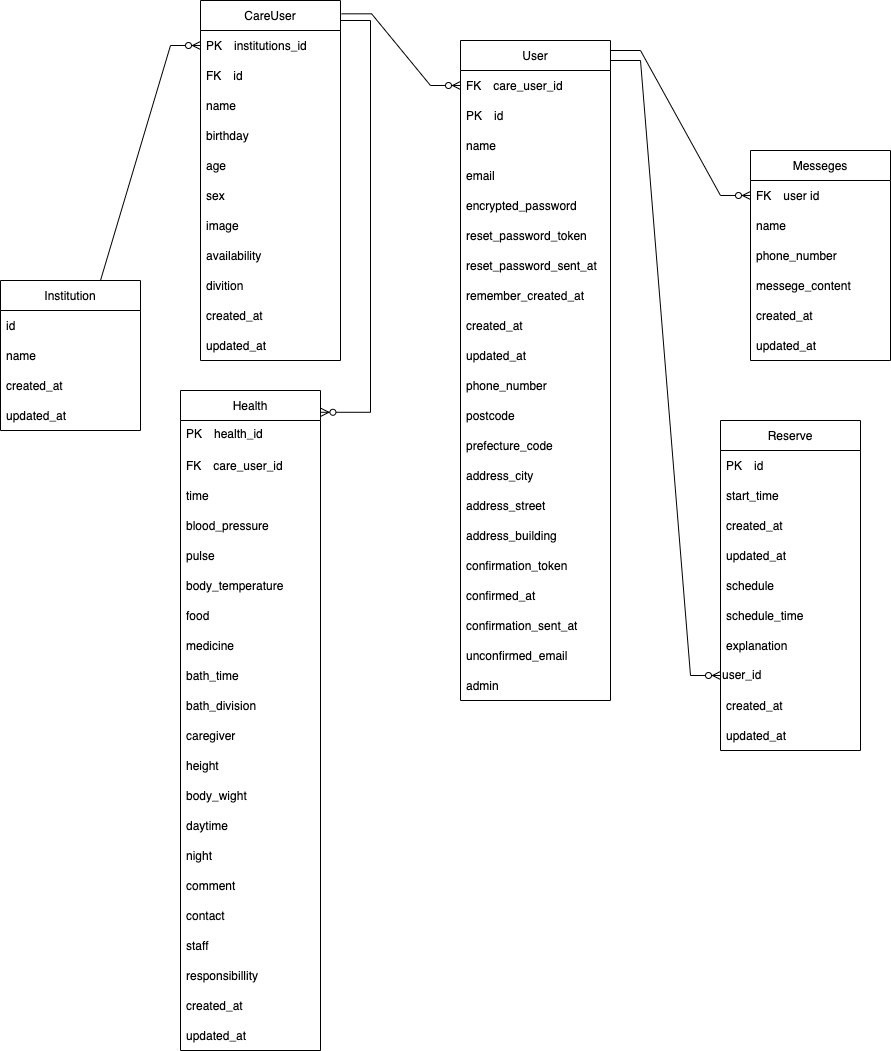
Before: ER図.png, a diagram exported from draw.io (tadao050707/rika_san_app). Source tidied: cells renumbered, new cells last; positions are measured from the earlier drawing's top-left corner, leaving out a move shared by most shapes.
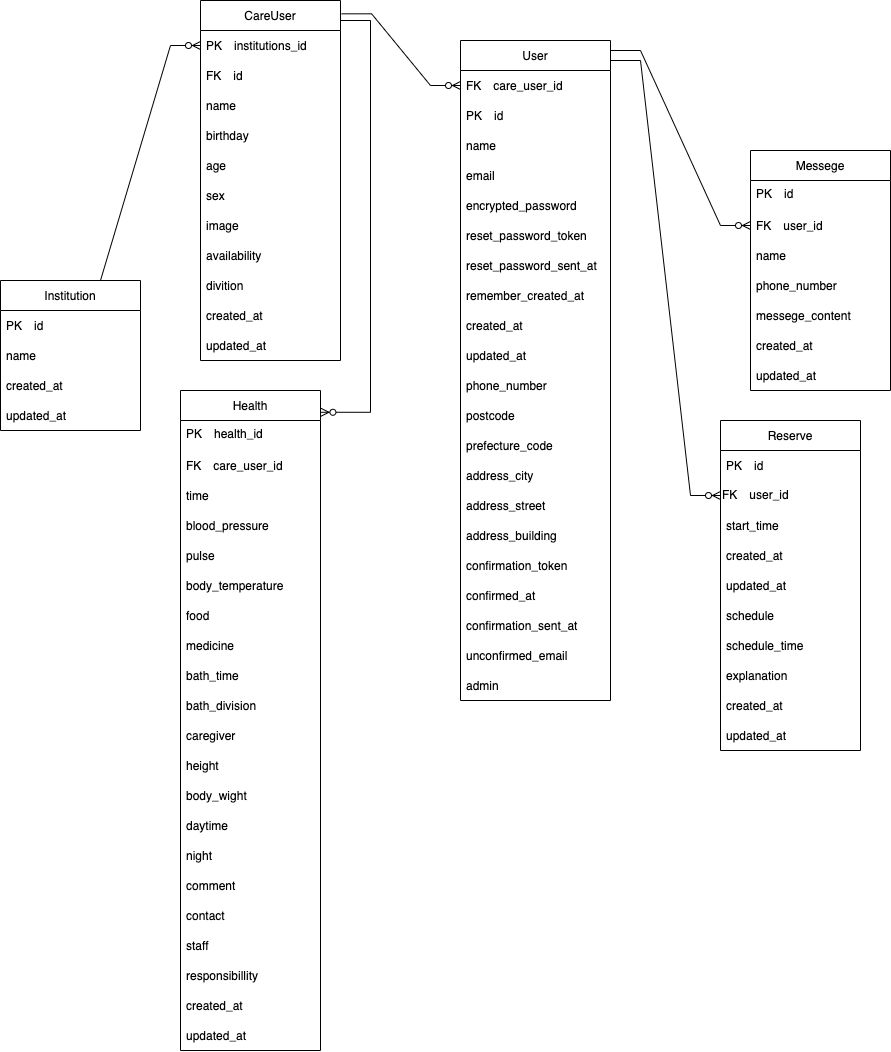
The same file after the commit.

Change to the diagram source:
```diff
@@ -5,7 +5,7 @@
     <mxCell id="2" value="Institution" style="swimlane;fontStyle=0;horizontal=1;startSize=30;" parent="1" vertex="1">
       <mxGeometry y="280" width="140" height="150" as="geometry" />
     </mxCell>
-    <mxCell id="3" value="id" style="text;strokeColor=none;fillColor=none;align=left;verticalAlign=middle;spacingLeft=4;spacingRight=4;overflow=hidden;" parent="2" vertex="1">
+    <mxCell id="3" value="PK　id" style="text;strokeColor=none;fillColor=none;align=left;verticalAlign=middle;spacingLeft=4;spacingRight=4;overflow=hidden;" parent="2" vertex="1">
       <mxGeometry y="30" width="140" height="30" as="geometry" />
     </mxCell>
     <mxCell id="4" value="name" style="text;strokeColor=none;fillColor=none;align=left;verticalAlign=middle;spacingLeft=4;spacingRight=4;overflow=hidden;" parent="2" vertex="1">
@@ -191,53 +191,56 @@
     <mxCell id="64" value="PK　id" style="text;strokeColor=none;fillColor=none;align=left;verticalAlign=middle;spacingLeft=4;spacingRight=4;overflow=hidden;" parent="63" vertex="1">
       <mxGeometry y="30" width="140" height="30" as="geometry" />
     </mxCell>
+    <mxCell id="71" value="FK　user_id" style="text;html=1;strokeColor=none;fillColor=none;align=left;verticalAlign=middle;whiteSpace=wrap;rounded=0;" parent="63" vertex="1">
+      <mxGeometry y="60" width="140" height="30" as="geometry" />
+    </mxCell>
     <mxCell id="65" value="start_time" style="text;strokeColor=none;fillColor=none;align=left;verticalAlign=middle;spacingLeft=4;spacingRight=4;overflow=hidden;" parent="63" vertex="1">
-      <mxGeometry y="60" width="140" height="30" as="geometry" />
+      <mxGeometry y="90" width="140" height="30" as="geometry" />
     </mxCell>
     <mxCell id="66" value="created_at" style="text;strokeColor=none;fillColor=none;align=left;verticalAlign=middle;spacingLeft=4;spacingRight=4;overflow=hidden;" parent="63" vertex="1">
-      <mxGeometry y="90" width="140" height="30" as="geometry" />
+      <mxGeometry y="120" width="140" height="30" as="geometry" />
     </mxCell>
     <mxCell id="67" value="updated_at" style="text;strokeColor=none;fillColor=none;align=left;verticalAlign=middle;spacingLeft=4;spacingRight=4;overflow=hidden;" parent="63" vertex="1">
-      <mxGeometry y="120" width="140" height="30" as="geometry" />
+      <mxGeometry y="150" width="140" height="30" as="geometry" />
     </mxCell>
     <mxCell id="68" value="schedule" style="text;strokeColor=none;fillColor=none;align=left;verticalAlign=middle;spacingLeft=4;spacingRight=4;overflow=hidden;" parent="63" vertex="1">
-      <mxGeometry y="150" width="140" height="30" as="geometry" />
+      <mxGeometry y="180" width="140" height="30" as="geometry" />
     </mxCell>
     <mxCell id="69" value="schedule_time" style="text;strokeColor=none;fillColor=none;align=left;verticalAlign=middle;spacingLeft=4;spacingRight=4;overflow=hidden;" parent="63" vertex="1">
-      <mxGeometry y="180" width="140" height="30" as="geometry" />
+      <mxGeometry y="210" width="140" height="30" as="geometry" />
     </mxCell>
     <mxCell id="70" value="explanation" style="text;strokeColor=none;fillColor=none;align=left;verticalAlign=middle;spacingLeft=4;spacingRight=4;overflow=hidden;" parent="63" vertex="1">
-      <mxGeometry y="210" width="140" height="30" as="geometry" />
+      <mxGeometry y="240" width="140" height="30" as="geometry" />
     </mxCell>
-    <mxCell id="71" value="user_id" style="text;html=1;strokeColor=none;fillColor=none;align=left;verticalAlign=middle;whiteSpace=wrap;rounded=0;" parent="63" vertex="1">
-      <mxGeometry y="240" width="140" height="30" as="geometry" />
-    </mxCell>
     <mxCell id="72" value="created_at" style="text;strokeColor=none;fillColor=none;align=left;verticalAlign=middle;spacingLeft=4;spacingRight=4;overflow=hidden;" parent="63" vertex="1">
       <mxGeometry y="270" width="140" height="30" as="geometry" />
     </mxCell>
     <mxCell id="73" value="updated_at" style="text;strokeColor=none;fillColor=none;align=left;verticalAlign=middle;spacingLeft=4;spacingRight=4;overflow=hidden;" parent="63" vertex="1">
       <mxGeometry y="300" width="140" height="30" as="geometry" />
     </mxCell>
-    <mxCell id="74" value="Messeges" style="swimlane;fontStyle=0;horizontal=1;startSize=30;" parent="1" vertex="1">
-      <mxGeometry x="750" y="150" width="140" height="210" as="geometry" />
+    <mxCell id="74" value="Messege" style="swimlane;fontStyle=0;horizontal=1;startSize=30;" parent="1" vertex="1">
+      <mxGeometry x="750" y="150" width="140" height="240" as="geometry" />
     </mxCell>
+    <mxCell id="86" value="PK　id" style="text;strokeColor=none;fillColor=none;spacingLeft=4;spacingRight=4;overflow=hidden;fontSize=12;" parent="74" vertex="1">
+      <mxGeometry y="30" width="140" height="30" as="geometry" />
+    </mxCell>
-    <mxCell id="75" value="FK　user id" style="text;strokeColor=none;fillColor=none;align=left;verticalAlign=middle;spacingLeft=4;spacingRight=4;overflow=hidden;points=[[0,0.5],[1,0.5]];portConstraint=eastwest;" parent="74" vertex="1">
-      <mxGeometry y="30" width="140" height="30" as="geometry" />
+    <mxCell id="75" value="FK　user_id" style="text;strokeColor=none;fillColor=none;align=left;verticalAlign=middle;spacingLeft=4;spacingRight=4;overflow=hidden;points=[[0,0.5],[1,0.5]];portConstraint=eastwest;" parent="74" vertex="1">
+      <mxGeometry y="60" width="140" height="30" as="geometry" />
     </mxCell>
     <mxCell id="76" value="name" style="text;strokeColor=none;fillColor=none;align=left;verticalAlign=middle;spacingLeft=4;spacingRight=4;overflow=hidden;" parent="74" vertex="1">
-      <mxGeometry y="60" width="140" height="30" as="geometry" />
+      <mxGeometry y="90" width="140" height="30" as="geometry" />
     </mxCell>
     <mxCell id="77" value="phone_number" style="text;strokeColor=none;fillColor=none;align=left;verticalAlign=middle;spacingLeft=4;spacingRight=4;overflow=hidden;" parent="74" vertex="1">
-      <mxGeometry y="90" width="140" height="30" as="geometry" />
+      <mxGeometry y="120" width="140" height="30" as="geometry" />
     </mxCell>
     <mxCell id="78" value="messege_content" style="text;strokeColor=none;fillColor=none;align=left;verticalAlign=middle;spacingLeft=4;spacingRight=4;overflow=hidden;" parent="74" vertex="1">
-      <mxGeometry y="120" width="140" height="30" as="geometry" />
+      <mxGeometry y="150" width="140" height="30" as="geometry" />
     </mxCell>
     <mxCell id="79" value="created_at" style="text;strokeColor=none;fillColor=none;align=left;verticalAlign=middle;spacingLeft=4;spacingRight=4;overflow=hidden;" parent="74" vertex="1">
-      <mxGeometry y="150" width="140" height="30" as="geometry" />
+      <mxGeometry y="180" width="140" height="30" as="geometry" />
     </mxCell>
     <mxCell id="80" value="updated_at" style="text;strokeColor=none;fillColor=none;align=left;verticalAlign=middle;spacingLeft=4;spacingRight=4;overflow=hidden;" parent="74" vertex="1">
-      <mxGeometry y="180" width="140" height="30" as="geometry" />
+      <mxGeometry y="210" width="140" height="30" as="geometry" />
     </mxCell>
     <mxCell id="81" style="edgeStyle=entityRelationEdgeStyle;fontSize=12;html=1;endArrow=ERzeroToMany;endFill=1;rounded=0;entryX=0;entryY=0.5;entryDx=0;entryDy=0;exitX=1.008;exitY=0.037;exitDx=0;exitDy=0;exitPerimeter=0;" parent="1" edge="1" source="29" target="8">
       <mxGeometry relative="1" as="geometry" />
```
